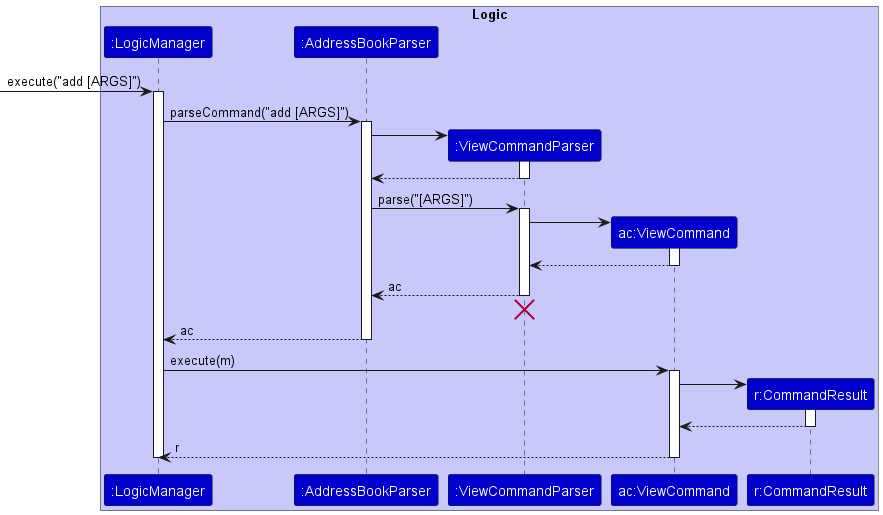
This is docs/images/ViewSequenceDiagram.png from camille-readbean/tp, a PlantUML export, as it was before one commit.
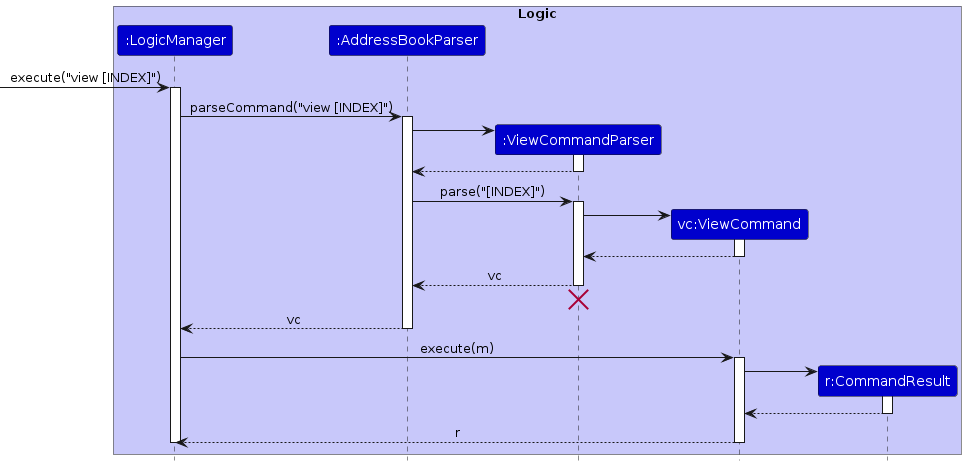
After the commit.

Commit message:
Update UML diagrams

The edit, as a diff of the source:
```diff
@@ -1,19 +1,21 @@
 @startuml
 skinparam ArrowFontStyle plain
 skinparam FontColor White
+hide footbox
+skinparam sequenceMessageAlign center
 
 box "Logic" #C8C8FA
 participant "<color #white>:LogicManager</color>" as LogicManager #MediumBlue
 participant "<color #white>:AddressBookParser</color>" as AddressBookParser #MediumBlue
 participant "<color #white>:ViewCommandParser</color>" as ViewCommandParser #MediumBlue
-participant "<color #white>ac:ViewCommand</color>" as ViewCommand #MediumBlue
+participant "<color #white>vc:ViewCommand</color>" as ViewCommand #MediumBlue
 participant "<color #white>r:CommandResult</color>" as CommandResult #MediumBlue
 end box
 
-[-> LogicManager : execute("add [ARGS]")
+[-> LogicManager : execute("view [INDEX]")
 activate LogicManager
 
-LogicManager -> AddressBookParser : parseCommand("add [ARGS]")
+LogicManager -> AddressBookParser : parseCommand("view [INDEX]")
 activate AddressBookParser
 
 create ViewCommandParser
@@ -23,7 +25,7 @@
 ViewCommandParser --> AddressBookParser
 deactivate ViewCommandParser
 
-AddressBookParser -> ViewCommandParser : parse("[ARGS]")
+AddressBookParser -> ViewCommandParser : parse("[INDEX]")
 activate ViewCommandParser
 
 create ViewCommand
@@ -33,12 +35,12 @@
 ViewCommand --> ViewCommandParser :
 deactivate ViewCommand
 
-ViewCommandParser --> AddressBookParser : ac
+ViewCommandParser --> AddressBookParser : vc
 deactivate ViewCommandParser
 ViewCommandParser -[hidden]-> AddressBookParser
 destroy ViewCommandParser
 
-AddressBookParser --> LogicManager : ac
+AddressBookParser --> LogicManager : vc
 deactivate AddressBookParser
 
 LogicManager -> ViewCommand : execute(m)
```
